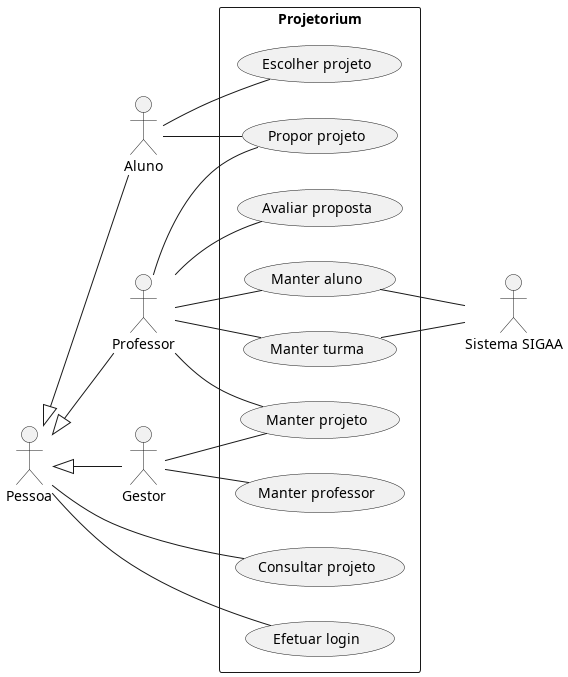
Before: diagramas/usecase.png, a diagram exported from PlantUML (Pedro-V/projetorium). The source it was exported from:
```plantuml
@startuml
left to right direction
:Pessoa: as Pessoa
:Aluno: as Aluno
:Professor: as Professor
:Gestor: as Gestor
:Sistema SIGAA: as SIGAA

Pessoa <|-- Aluno
Pessoa <|-- Professor
Pessoa <|-- Gestor

rectangle "Projetorium" {
    (Consultar projeto) as ConsProj
    (Propor projeto) as PropProj
    (Manter projeto) as MantProj
    (Efetuar login) as EfetLog
    (Manter turma) as MantTurm
    (Manter professor) as MantProf
    (Manter aluno) as MantAlun
    (Avaliar proposta) as AvalProp
    (Escolher projeto) as EscProj
}

Pessoa -- ConsProj
Pessoa -- EfetLog

Aluno -- PropProj
Aluno -- EscProj

Professor -- MantAlun
Professor -- MantTurm
Professor -- MantProj
Professor -- PropProj
Professor -- AvalProp

Gestor -- MantProj
Gestor -- MantProf

SIGAA -up- MantTurm
SIGAA -up- MantAlun
@enduml
```
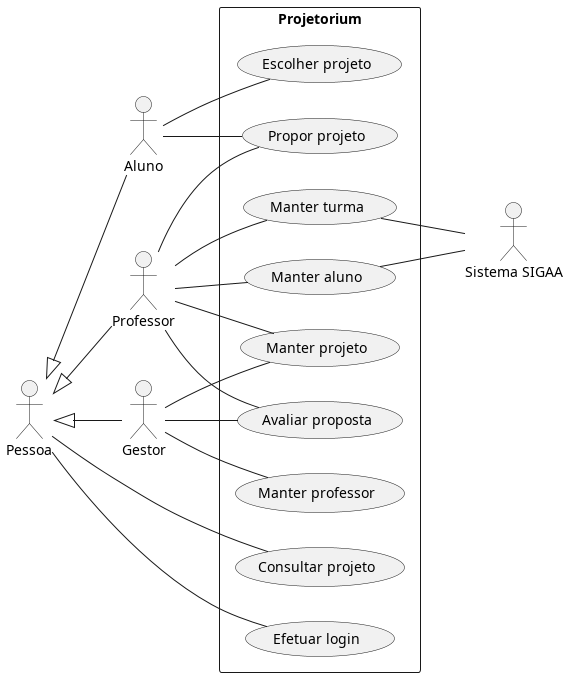
After the change.

The edit, as a diff of the source:
```diff
@@ -36,6 +36,7 @@
 
 Gestor -- MantProj
 Gestor -- MantProf
+Gestor -- AvalProp
 
 SIGAA -up- MantTurm
 SIGAA -up- MantAlun
```
